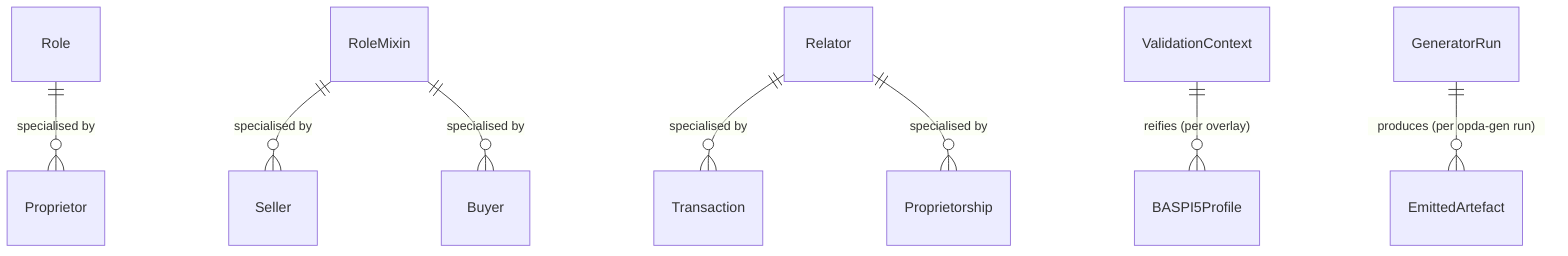
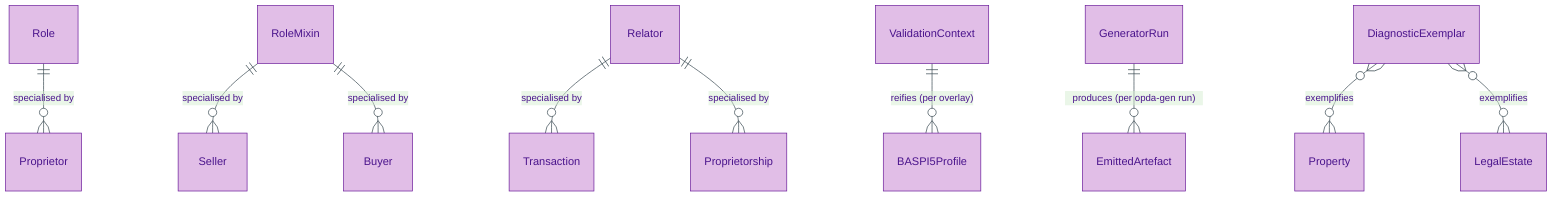
+ %%{init: {"theme": "base", "themeVariables": {"primaryColor": "#E1BEE7", "primaryTextColor": "#4A148C", "primaryBorderColor": "#6A1B9A", "lineColor": "#37474F"}}}%%
erDiagram
+     accTitle: Foundation Module — Entity-Relationship Diagram
+     accDescr: Six foundation entities (UFO meta-classes Role/RoleMixin/Relator, plus ValidationContext, GeneratorRun, DiagnosticExemplar) and their specialisation links to downstream module Kinds.
+ 
    Role ||--o{ Proprietor : "specialised by"
    RoleMixin ||--o{ Seller : "specialised by"
    RoleMixin ||--o{ Buyer : "specialised by"
    Relator ||--o{ Transaction : "specialised by"
    Relator ||--o{ Proprietorship : "specialised by"
    ValidationContext ||--o{ BASPI5Profile : "reifies (per overlay)"
    GeneratorRun ||--o{ EmittedArtefact : "produces (per opda-gen run)"
+     DiagnosticExemplar }o--o{ Property : "exemplifies"
+     DiagnosticExemplar }o--o{ LegalEstate : "exemplifies"
